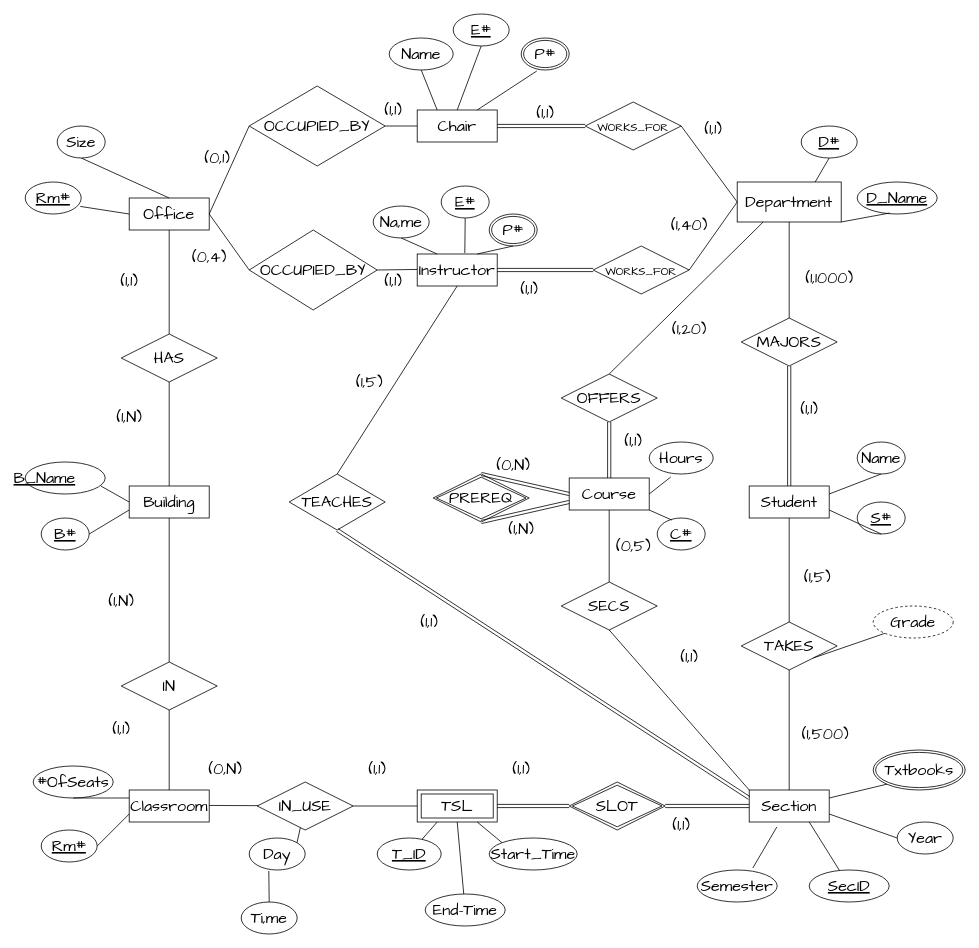
The draw.io diagram A4.drawio in skipnicky/Carleton-Computer-Science, before the edit. Source tidied: cells renumbered, new cells numbered last; positions are measured from the earlier drawing's top-left corner, leaving out a move shared by most shapes. Both pictures are drawn from the tidied source at 80%, with x=0, y=0 at pixel (25, 14).
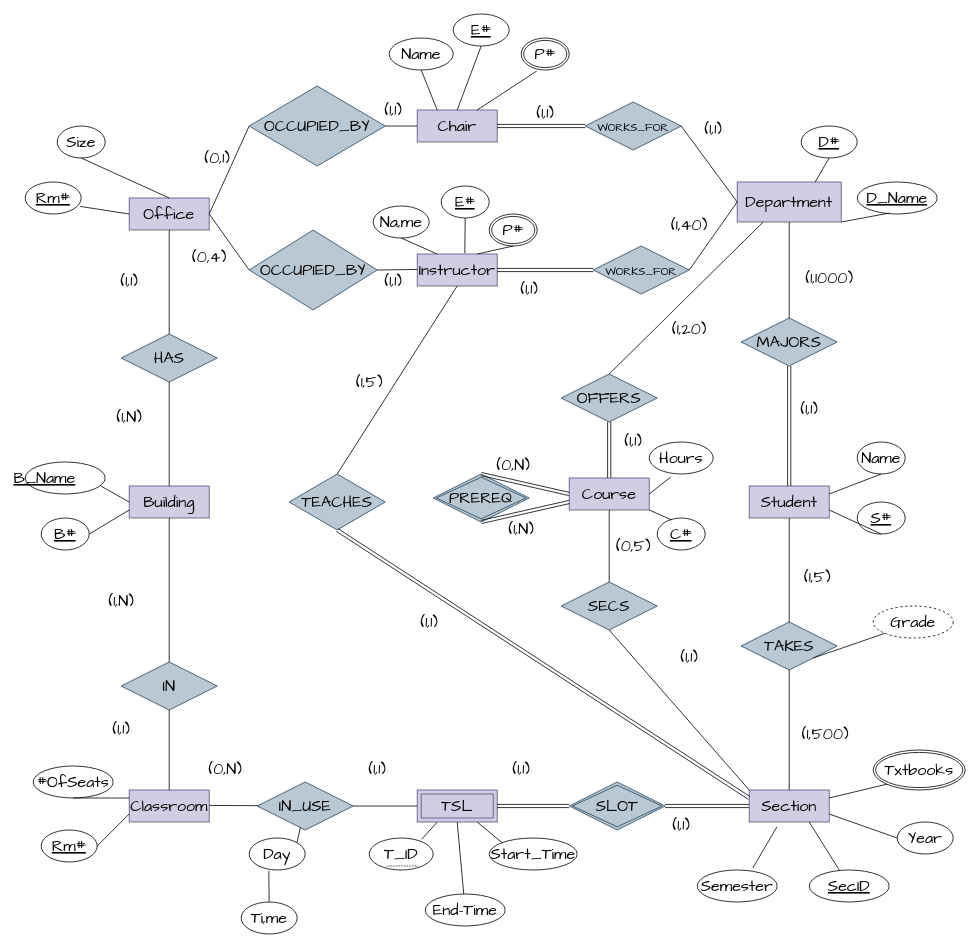
Above is the later version.

Change to the diagram source:
```diff
@@
-    <mxCell id="2" value="Classroom" style="whiteSpace=wrap;html=1;align=center;hachureGap=4;fontFamily=Architects Daughter;fontSize=20;rounded=0;" parent="1" vertex="1">
+    <mxCell id="2" value="Classroom" style="whiteSpace=wrap;html=1;align=center;hachureGap=4;fontFamily=Architects Daughter;fontSize=20;rounded=0;fillColor=#d0cee2;strokeColor=#56517e;" parent="1" vertex="1">
       <mxGeometry x="130" y="970" width="100" height="40" as="geometry" />
     </mxCell>
@@
-    <mxCell id="4" value="IN_USE" style="shape=rhombus;perimeter=rhombusPerimeter;whiteSpace=wrap;html=1;align=center;hachureGap=4;fontFamily=Architects Daughter;fontSize=20;rounded=0;" parent="1" vertex="1">
+    <mxCell id="4" value="IN_USE" style="shape=rhombus;perimeter=rhombusPerimeter;whiteSpace=wrap;html=1;align=center;hachureGap=4;fontFamily=Architects Daughter;fontSize=20;rounded=0;fillColor=#bac8d3;strokeColor=#23445d;" parent="1" vertex="1">
       <mxGeometry x="290" y="960" width="120" height="60" as="geometry" />
     </mxCell>
-    <mxCell id="5" value="TSL" style="shape=ext;margin=3;double=1;whiteSpace=wrap;html=1;align=center;hachureGap=4;fontFamily=Architects Daughter;fontSize=20;rounded=0;" parent="1" vertex="1">
+    <mxCell id="5" value="TSL" style="shape=ext;margin=3;double=1;whiteSpace=wrap;html=1;align=center;hachureGap=4;fontFamily=Architects Daughter;fontSize=20;rounded=0;fillColor=#d0cee2;strokeColor=#56517e;" parent="1" vertex="1">
       <mxGeometry x="490" y="970" width="100" height="40" as="geometry" />
     </mxCell>
-    <mxCell id="6" value="Section" style="whiteSpace=wrap;html=1;align=center;hachureGap=4;fontFamily=Architects Daughter;fontSize=20;rounded=0;" parent="1" vertex="1">
+    <mxCell id="6" value="Section" style="whiteSpace=wrap;html=1;align=center;hachureGap=4;fontFamily=Architects Daughter;fontSize=20;rounded=0;fillColor=#d0cee2;strokeColor=#56517e;" parent="1" vertex="1">
       <mxGeometry x="905" y="970" width="100" height="40" as="geometry" />
     </mxCell>
-    <mxCell id="7" value="IN" style="shape=rhombus;perimeter=rhombusPerimeter;whiteSpace=wrap;html=1;align=center;hachureGap=4;fontFamily=Architects Daughter;fontSize=20;rounded=0;" parent="1" vertex="1">
+    <mxCell id="7" value="IN" style="shape=rhombus;perimeter=rhombusPerimeter;whiteSpace=wrap;html=1;align=center;hachureGap=4;fontFamily=Architects Daughter;fontSize=20;rounded=0;fillColor=#bac8d3;strokeColor=#23445d;" parent="1" vertex="1">
       <mxGeometry x="120" y="810" width="120" height="60" as="geometry" />
     </mxCell>
-    <mxCell id="8" value="Building" style="whiteSpace=wrap;html=1;align=center;hachureGap=4;fontFamily=Architects Daughter;fontSize=20;rounded=0;" parent="1" vertex="1">
+    <mxCell id="8" value="Building" style="whiteSpace=wrap;html=1;align=center;hachureGap=4;fontFamily=Architects Daughter;fontSize=20;rounded=0;fillColor=#d0cee2;strokeColor=#56517e;" parent="1" vertex="1">
       <mxGeometry x="130" y="590" width="100" height="40" as="geometry" />
     </mxCell>
-    <mxCell id="9" value="HAS" style="shape=rhombus;perimeter=rhombusPerimeter;whiteSpace=wrap;html=1;align=center;hachureGap=4;fontFamily=Architects Daughter;fontSize=20;rounded=0;" parent="1" vertex="1">
+    <mxCell id="9" value="HAS" style="shape=rhombus;perimeter=rhombusPerimeter;whiteSpace=wrap;html=1;align=center;hachureGap=4;fontFamily=Architects Daughter;fontSize=20;rounded=0;fillColor=#bac8d3;strokeColor=#23445d;" parent="1" vertex="1">
       <mxGeometry x="120" y="400" width="120" height="60" as="geometry" />
     </mxCell>
-    <mxCell id="10" value="Office" style="whiteSpace=wrap;html=1;align=center;hachureGap=4;fontFamily=Architects Daughter;fontSize=20;rounded=0;" parent="1" vertex="1">
+    <mxCell id="10" value="Office" style="whiteSpace=wrap;html=1;align=center;hachureGap=4;fontFamily=Architects Daughter;fontSize=20;rounded=0;fillColor=#d0cee2;strokeColor=#56517e;" parent="1" vertex="1">
       <mxGeometry x="130" y="230" width="100" height="40" as="geometry" />
     </mxCell>
-    <mxCell id="11" value="Instructor" style="whiteSpace=wrap;html=1;align=center;hachureGap=4;fontFamily=Architects Daughter;fontSize=20;rounded=0;" parent="1" vertex="1">
+    <mxCell id="11" value="Instructor" style="whiteSpace=wrap;html=1;align=center;hachureGap=4;fontFamily=Architects Daughter;fontSize=20;rounded=0;fillColor=#d0cee2;strokeColor=#56517e;" parent="1" vertex="1">
       <mxGeometry x="490" y="300" width="100" height="40" as="geometry" />
     </mxCell>
-    <mxCell id="12" value="Chair" style="whiteSpace=wrap;html=1;align=center;hachureGap=4;fontFamily=Architects Daughter;fontSize=20;rounded=0;" parent="1" vertex="1">
+    <mxCell id="12" value="Chair" style="whiteSpace=wrap;html=1;align=center;hachureGap=4;fontFamily=Architects Daughter;fontSize=20;rounded=0;fillColor=#d0cee2;strokeColor=#56517e;" parent="1" vertex="1">
       <mxGeometry x="490" y="120" width="100" height="40" as="geometry" />
     </mxCell>
-    <mxCell id="13" value="OCCUPIED_BY" style="shape=rhombus;perimeter=rhombusPerimeter;whiteSpace=wrap;html=1;align=center;hachureGap=4;fontFamily=Architects Daughter;fontSize=20;rounded=0;" parent="1" vertex="1">
+    <mxCell id="13" value="OCCUPIED_BY" style="shape=rhombus;perimeter=rhombusPerimeter;whiteSpace=wrap;html=1;align=center;hachureGap=4;fontFamily=Architects Daughter;fontSize=20;rounded=0;fillColor=#bac8d3;strokeColor=#23445d;" parent="1" vertex="1">
       <mxGeometry x="280" y="90" width="170" height="100" as="geometry" />
     </mxCell>
-    <mxCell id="14" value="OCCUPIED_BY" style="shape=rhombus;perimeter=rhombusPerimeter;whiteSpace=wrap;html=1;align=center;hachureGap=4;fontFamily=Architects Daughter;fontSize=20;rounded=0;" parent="1" vertex="1">
+    <mxCell id="14" value="OCCUPIED_BY" style="shape=rhombus;perimeter=rhombusPerimeter;whiteSpace=wrap;html=1;align=center;hachureGap=4;fontFamily=Architects Daughter;fontSize=20;rounded=0;fillColor=#bac8d3;strokeColor=#23445d;" parent="1" vertex="1">
       <mxGeometry x="280" y="270" width="160" height="100" as="geometry" />
     </mxCell>
-    <mxCell id="15" value="SLOT" style="shape=rhombus;double=1;perimeter=rhombusPerimeter;whiteSpace=wrap;html=1;align=center;hachureGap=4;fontFamily=Architects Daughter;fontSize=20;rounded=0;" parent="1" vertex="1">
+    <mxCell id="15" value="SLOT" style="shape=rhombus;double=1;perimeter=rhombusPerimeter;whiteSpace=wrap;html=1;align=center;hachureGap=4;fontFamily=Architects Daughter;fontSize=20;rounded=0;fillColor=#bac8d3;strokeColor=#23445d;" parent="1" vertex="1">
       <mxGeometry x="680" y="960" width="120" height="60" as="geometry" />
     </mxCell>
-    <mxCell id="16" value="&lt;font style=&quot;font-size: 14px;&quot;&gt;WORKS_FOR&lt;/font&gt;" style="shape=rhombus;perimeter=rhombusPerimeter;whiteSpace=wrap;html=1;align=center;hachureGap=4;fontFamily=Architects Daughter;fontSize=20;rounded=0;" parent="1" vertex="1">
+    <mxCell id="16" value="&lt;font style=&quot;font-size: 14px;&quot;&gt;WORKS_FOR&lt;/font&gt;" style="shape=rhombus;perimeter=rhombusPerimeter;whiteSpace=wrap;html=1;align=center;hachureGap=4;fontFamily=Architects Daughter;fontSize=20;rounded=0;fillColor=#bac8d3;strokeColor=#23445d;" parent="1" vertex="1">
       <mxGeometry x="700" y="110" width="120" height="60" as="geometry" />
     </mxCell>
-    <mxCell id="17" value="&lt;font style=&quot;font-size: 14px;&quot;&gt;WORKS_FOR&lt;/font&gt;" style="shape=rhombus;perimeter=rhombusPerimeter;whiteSpace=wrap;html=1;align=center;hachureGap=4;fontFamily=Architects Daughter;fontSize=20;rounded=0;" parent="1" vertex="1">
+    <mxCell id="17" value="&lt;font style=&quot;font-size: 14px;&quot;&gt;WORKS_FOR&lt;/font&gt;" style="shape=rhombus;perimeter=rhombusPerimeter;whiteSpace=wrap;html=1;align=center;hachureGap=4;fontFamily=Architects Daughter;fontSize=20;rounded=0;fillColor=#bac8d3;strokeColor=#23445d;" parent="1" vertex="1">
       <mxGeometry x="710" y="290" width="120" height="60" as="geometry" />
     </mxCell>
-    <mxCell id="18" value="Department" style="whiteSpace=wrap;html=1;align=center;hachureGap=4;fontFamily=Architects Daughter;fontSize=20;rounded=0;" parent="1" vertex="1">
+    <mxCell id="18" value="Department" style="whiteSpace=wrap;html=1;align=center;hachureGap=4;fontFamily=Architects Daughter;fontSize=20;rounded=0;fillColor=#d0cee2;strokeColor=#56517e;" parent="1" vertex="1">
       <mxGeometry x="890" y="210" width="130" height="50" as="geometry" />
     </mxCell>
-    <mxCell id="19" value="TEACHES" style="shape=rhombus;perimeter=rhombusPerimeter;whiteSpace=wrap;html=1;align=center;hachureGap=4;fontFamily=Architects Daughter;fontSize=20;rounded=0;" parent="1" vertex="1">
+    <mxCell id="19" value="TEACHES" style="shape=rhombus;perimeter=rhombusPerimeter;whiteSpace=wrap;html=1;align=center;hachureGap=4;fontFamily=Architects Daughter;fontSize=20;rounded=0;fillColor=#bac8d3;strokeColor=#23445d;" parent="1" vertex="1">
       <mxGeometry x="330" y="575" width="120" height="70" as="geometry" />
     </mxCell>
-    <mxCell id="20" value="TAKES" style="shape=rhombus;perimeter=rhombusPerimeter;whiteSpace=wrap;html=1;align=center;hachureGap=4;fontFamily=Architects Daughter;fontSize=20;rounded=0;" parent="1" vertex="1">
+    <mxCell id="20" value="TAKES" style="shape=rhombus;perimeter=rhombusPerimeter;whiteSpace=wrap;html=1;align=center;hachureGap=4;fontFamily=Architects Daughter;fontSize=20;rounded=0;fillColor=#bac8d3;strokeColor=#23445d;" parent="1" vertex="1">
       <mxGeometry x="895" y="760" width="120" height="60" as="geometry" />
     </mxCell>
-    <mxCell id="21" value="Student" style="whiteSpace=wrap;html=1;align=center;hachureGap=4;fontFamily=Architects Daughter;fontSize=20;rounded=0;" parent="1" vertex="1">
+    <mxCell id="21" value="Student" style="whiteSpace=wrap;html=1;align=center;hachureGap=4;fontFamily=Architects Daughter;fontSize=20;rounded=0;fillColor=#d0cee2;strokeColor=#56517e;" parent="1" vertex="1">
       <mxGeometry x="905" y="590" width="100" height="40" as="geometry" />
     </mxCell>
-    <mxCell id="22" value="MAJORS" style="shape=rhombus;perimeter=rhombusPerimeter;whiteSpace=wrap;html=1;align=center;hachureGap=4;fontFamily=Architects Daughter;fontSize=20;rounded=0;" parent="1" vertex="1">
+    <mxCell id="22" value="MAJORS" style="shape=rhombus;perimeter=rhombusPerimeter;whiteSpace=wrap;html=1;align=center;hachureGap=4;fontFamily=Architects Daughter;fontSize=20;rounded=0;fillColor=#bac8d3;strokeColor=#23445d;" parent="1" vertex="1">
       <mxGeometry x="895" y="380" width="120" height="60" as="geometry" />
     </mxCell>
-    <mxCell id="23" value="OFFERS" style="shape=rhombus;perimeter=rhombusPerimeter;whiteSpace=wrap;html=1;align=center;hachureGap=4;fontFamily=Architects Daughter;fontSize=20;rounded=0;" parent="1" vertex="1">
+    <mxCell id="23" value="OFFERS" style="shape=rhombus;perimeter=rhombusPerimeter;whiteSpace=wrap;html=1;align=center;hachureGap=4;fontFamily=Architects Daughter;fontSize=20;rounded=0;fillColor=#bac8d3;strokeColor=#23445d;" parent="1" vertex="1">
       <mxGeometry x="670" y="450" width="120" height="60" as="geometry" />
     </mxCell>
-    <mxCell id="24" value="Course" style="whiteSpace=wrap;html=1;align=center;hachureGap=4;fontFamily=Architects Daughter;fontSize=20;rounded=0;" parent="1" vertex="1">
+    <mxCell id="24" value="Course" style="whiteSpace=wrap;html=1;align=center;hachureGap=4;fontFamily=Architects Daughter;fontSize=20;rounded=0;fillColor=#d0cee2;strokeColor=#56517e;" parent="1" vertex="1">
       <mxGeometry x="680" y="580" width="100" height="40" as="geometry" />
     </mxCell>
-    <mxCell id="25" value="SECS" style="shape=rhombus;perimeter=rhombusPerimeter;whiteSpace=wrap;html=1;align=center;hachureGap=4;fontFamily=Architects Daughter;fontSize=20;rounded=0;" parent="1" vertex="1">
+    <mxCell id="25" value="SECS" style="shape=rhombus;perimeter=rhombusPerimeter;whiteSpace=wrap;html=1;align=center;hachureGap=4;fontFamily=Architects Daughter;fontSize=20;rounded=0;fillColor=#bac8d3;strokeColor=#23445d;" parent="1" vertex="1">
       <mxGeometry x="670" y="710" width="120" height="60" as="geometry" />
     </mxCell>
@@
-    <mxCell id="47" value="PREREQ" style="shape=rhombus;double=1;perimeter=rhombusPerimeter;whiteSpace=wrap;html=1;align=center;hachureGap=4;fontFamily=Architects Daughter;fontSize=20;rounded=0;" parent="1" vertex="1">
+    <mxCell id="47" value="PREREQ" style="shape=rhombus;double=1;perimeter=rhombusPerimeter;whiteSpace=wrap;html=1;align=center;hachureGap=4;fontFamily=Architects Daughter;fontSize=20;rounded=0;fillColor=#bac8d3;strokeColor=#23445d;" parent="1" vertex="1">
       <mxGeometry x="510" y="575" width="120" height="60" as="geometry" />
     </mxCell>
@@
-    <mxCell id="66" value="T_ID" style="ellipse;whiteSpace=wrap;html=1;align=center;fontStyle=4;hachureGap=4;fontFamily=Architects Daughter;fontSize=20;rounded=0;" parent="1" vertex="1">
-      <mxGeometry x="440" y="1030" width="80" height="40" as="geometry" />
-    </mxCell>
@@
-    <mxCell id="104" style="endArrow=none;html=1;rounded=0;hachureGap=4;fontFamily=Architects Daughter;fontSize=16;exitX=0.25;exitY=1;exitDx=0;exitDy=0;" parent="1" edge="1" source="5" target="66">
-      <mxGeometry relative="1" as="geometry" />
+    <mxCell id="104" style="endArrow=none;html=1;rounded=0;hachureGap=4;fontFamily=Architects Daughter;fontSize=16;exitX=0.25;exitY=1;exitDx=0;exitDy=0;" parent="1" edge="1" source="5">
+      <mxGeometry relative="1" as="geometry">
+        <mxPoint x="495.8" y="1031.6" as="targetPoint" />
+      </mxGeometry>
     </mxCell>
@@
+    <mxCell id="66" value="&lt;span style=&quot;border-bottom: 1px dotted&quot;&gt;T_ID&lt;/span&gt;" style="ellipse;whiteSpace=wrap;html=1;align=center;hachureGap=4;fontFamily=Architects Daughter;fontSize=20;" parent="1" vertex="1">
+      <mxGeometry x="430" y="1030" width="80" height="40" as="geometry" />
+    </mxCell>
```
